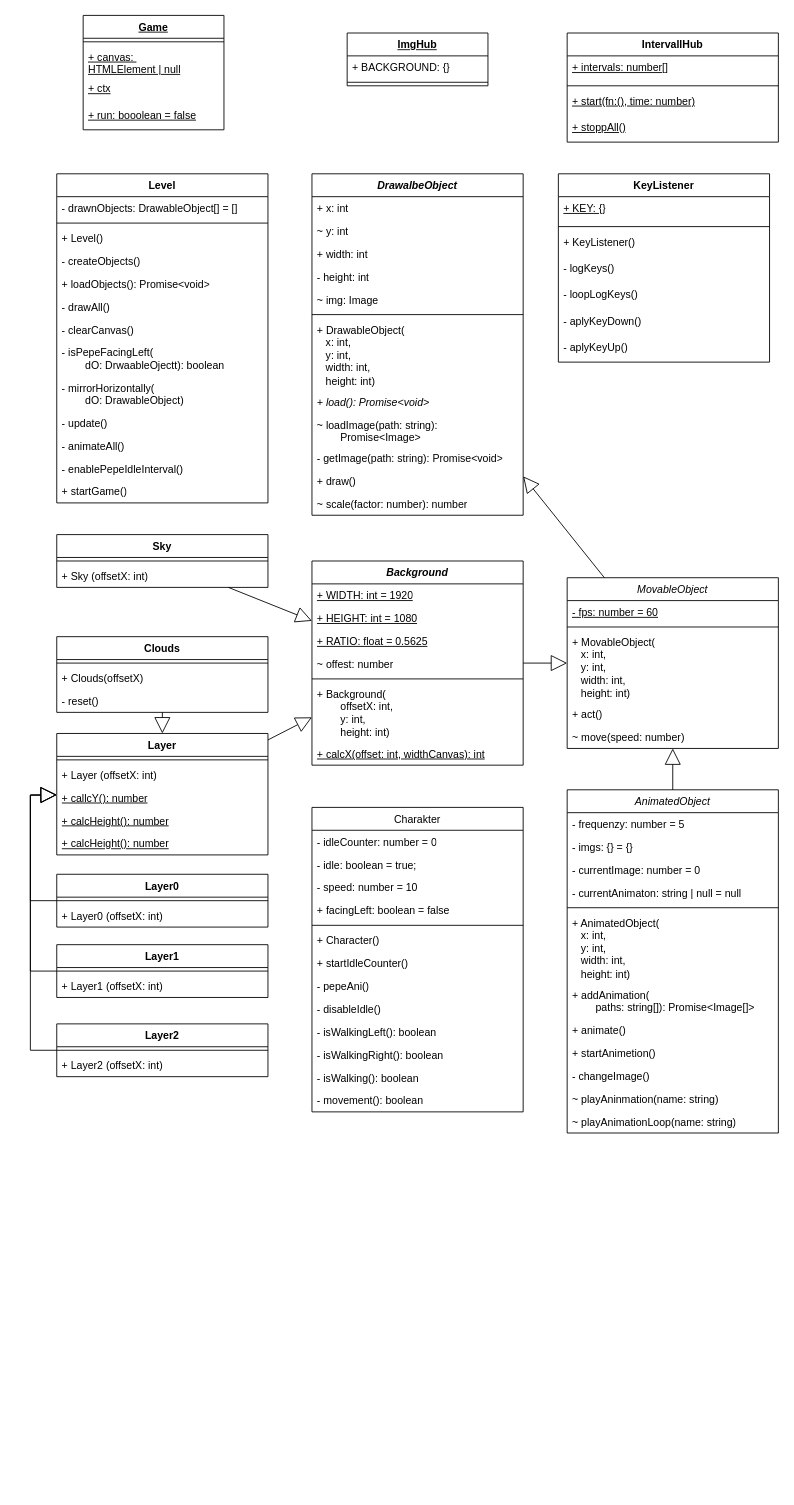
elma1989/el-pollo-loco keeps this draw.io diagram as docs/classes.drawio. Above is the earlier version. Source tidied: cells renumbered, new cells numbered last; positions are measured from the earlier drawing's top-left corner, leaving out a move shared by most shapes. Both pictures are drawn from the tidied source at 88%, with x=0, y=0 at pixel (30, 15).
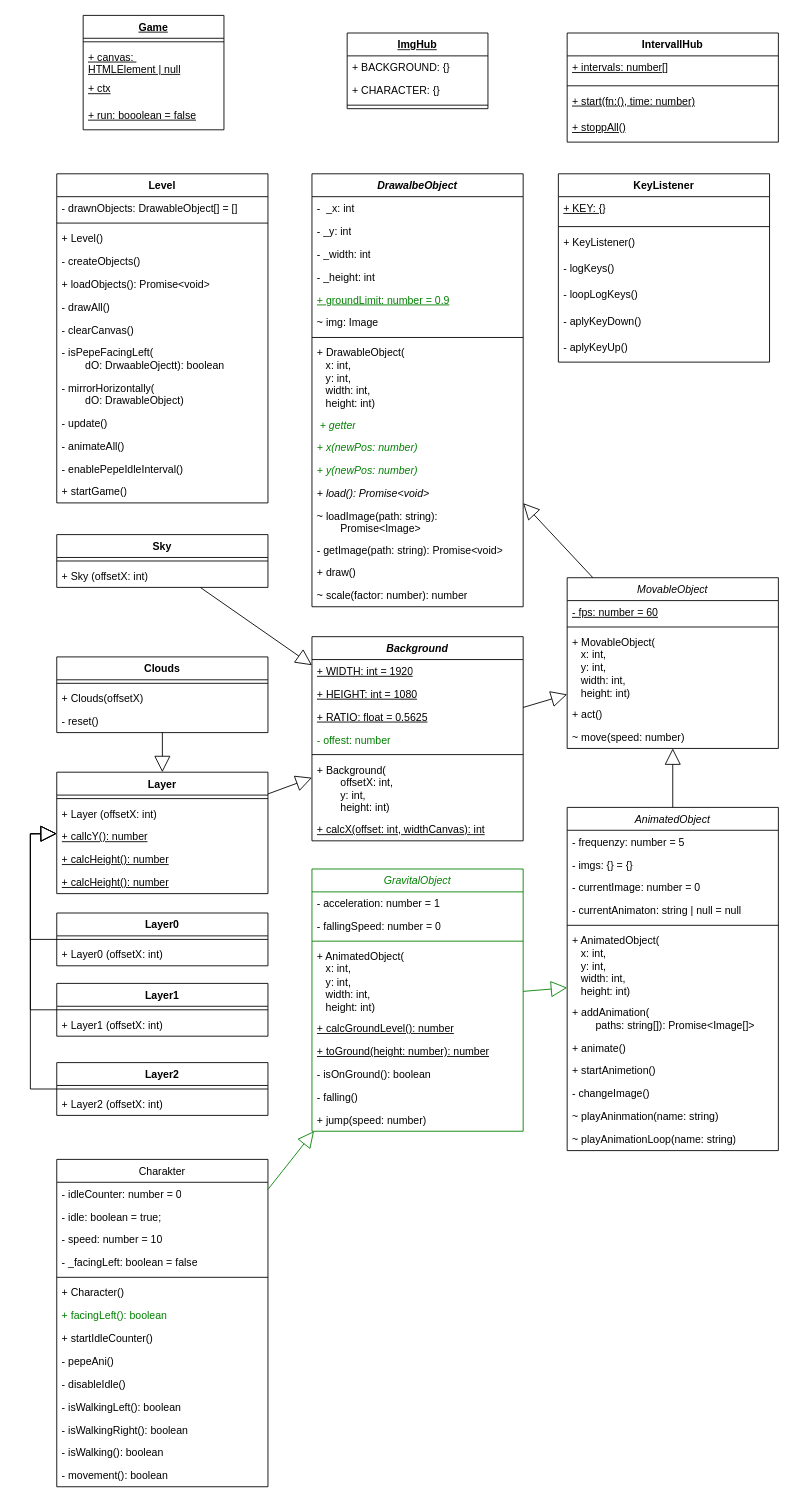
After the change.

Commit message (it also covers changes not shown here):
doc: Upated classes.drawio - Added gravitation (#42)

What changed in the source:
```diff
@@
     <mxCell id="7" value="ImgHub" style="swimlane;fontStyle=5;align=center;verticalAlign=top;horizontal=1;startSize=26;whiteSpace=wrap;html=1;" parent="1" vertex="1">
-      <mxGeometry x="360" y="20" width="160" height="60" as="geometry" />
+      <mxGeometry x="360" y="20" width="160" height="86" as="geometry" />
     </mxCell>
@@
+    <mxCell id="123" value="+ CHARACTER: {}" style="text;strokeColor=none;fillColor=none;align=left;verticalAlign=top;spacingLeft=4;spacingRight=4;overflow=hidden;whiteSpace=wrap;html=1;" parent="7" vertex="1">
+      <mxGeometry y="52" width="160" height="26" as="geometry" />
+    </mxCell>
     <mxCell id="9" style="line;strokeWidth=1;fillColor=none;align=left;verticalAlign=middle;spacingTop=-1;spacingLeft=3;spacingRight=3;labelPosition=right;strokeColor=inherit;" parent="7" vertex="1">
-      <mxGeometry y="52" width="160" height="8" as="geometry" />
+      <mxGeometry y="78" width="160" height="8" as="geometry" />
     </mxCell>
     <mxCell id="10" value="DrawalbeObject" style="swimlane;fontStyle=3;align=center;verticalAlign=top;horizontal=1;startSize=26;whiteSpace=wrap;html=1;" parent="1" vertex="1">
-      <mxGeometry x="320" y="180" width="240" height="388" as="geometry" />
+      <mxGeometry x="320" y="180" width="240" height="492" as="geometry" />
     </mxCell>
-    <mxCell id="11" value="+ x: int" style="text;strokeColor=none;fillColor=none;align=left;verticalAlign=top;spacingLeft=4;spacingRight=4;overflow=hidden;whiteSpace=wrap;html=1;" parent="10" vertex="1">
+    <mxCell id="11" value="-&amp;nbsp; _x: int" style="text;strokeColor=none;fillColor=none;align=left;verticalAlign=top;spacingLeft=4;spacingRight=4;overflow=hidden;whiteSpace=wrap;html=1;" parent="10" vertex="1">
       <mxGeometry y="26" width="240" height="26" as="geometry" />
     </mxCell>
-    <mxCell id="12" value="~ y: int" style="text;strokeColor=none;fillColor=none;align=left;verticalAlign=top;spacingLeft=4;spacingRight=4;overflow=hidden;whiteSpace=wrap;html=1;" parent="10" vertex="1">
+    <mxCell id="12" value="- _y: int" style="text;strokeColor=none;fillColor=none;align=left;verticalAlign=top;spacingLeft=4;spacingRight=4;overflow=hidden;whiteSpace=wrap;html=1;" parent="10" vertex="1">
       <mxGeometry y="52" width="240" height="26" as="geometry" />
     </mxCell>
-    <mxCell id="13" value="+ width: int" style="text;strokeColor=none;fillColor=none;align=left;verticalAlign=top;spacingLeft=4;spacingRight=4;overflow=hidden;whiteSpace=wrap;html=1;" parent="10" vertex="1">
+    <mxCell id="13" value="- _width: int" style="text;strokeColor=none;fillColor=none;align=left;verticalAlign=top;spacingLeft=4;spacingRight=4;overflow=hidden;whiteSpace=wrap;html=1;" parent="10" vertex="1">
       <mxGeometry y="78" width="240" height="26" as="geometry" />
     </mxCell>
-    <mxCell id="14" value="- height: int" style="text;strokeColor=none;fillColor=none;align=left;verticalAlign=top;spacingLeft=4;spacingRight=4;overflow=hidden;whiteSpace=wrap;html=1;" parent="10" vertex="1">
+    <mxCell id="14" value="- _height: int" style="text;strokeColor=none;fillColor=none;align=left;verticalAlign=top;spacingLeft=4;spacingRight=4;overflow=hidden;whiteSpace=wrap;html=1;" parent="10" vertex="1">
       <mxGeometry y="104" width="240" height="26" as="geometry" />
     </mxCell>
+    <mxCell id="124" value="+ groundLimit: number = 0.9" style="text;strokeColor=none;fillColor=none;align=left;verticalAlign=top;spacingLeft=4;spacingRight=4;overflow=hidden;whiteSpace=wrap;html=1;fontStyle=4;fontColor=light-dark(#008000,#80FF80);" parent="10" vertex="1">
+      <mxGeometry y="130" width="240" height="26" as="geometry" />
+    </mxCell>
     <mxCell id="15" value="~ img: Image" style="text;strokeColor=none;fillColor=none;align=left;verticalAlign=top;spacingLeft=4;spacingRight=4;overflow=hidden;whiteSpace=wrap;html=1;" parent="10" vertex="1">
-      <mxGeometry y="130" width="240" height="26" as="geometry" />
+      <mxGeometry y="156" width="240" height="26" as="geometry" />
     </mxCell>
     <mxCell id="16" style="line;strokeWidth=1;fillColor=none;align=left;verticalAlign=middle;spacingTop=-1;spacingLeft=3;spacingRight=3;labelPosition=right;strokeColor=inherit;" parent="10" vertex="1">
-      <mxGeometry y="156" width="240" height="8" as="geometry" />
+      <mxGeometry y="182" width="240" height="8" as="geometry" />
     </mxCell>
     <mxCell id="17" value="+ DrawableObject(&lt;div&gt;&amp;nbsp; &amp;nbsp;x: int,&lt;/div&gt;&lt;div&gt;&amp;nbsp; &amp;nbsp;y: int,&lt;/div&gt;&lt;div&gt;&amp;nbsp; &amp;nbsp;width: int,&lt;/div&gt;&lt;div&gt;&amp;nbsp; &amp;nbsp;height: int)&lt;/div&gt;" style="text;strokeColor=none;fillColor=none;align=left;verticalAlign=top;spacingLeft=4;spacingRight=4;overflow=hidden;whiteSpace=wrap;html=1;" parent="10" vertex="1">
-      <mxGeometry y="164" width="240" height="82" as="geometry" />
+      <mxGeometry y="190" width="240" height="82" as="geometry" />
     </mxCell>
+    <mxCell id="125" value="&amp;nbsp;+ getter" style="text;strokeColor=none;fillColor=none;align=left;verticalAlign=top;spacingLeft=4;spacingRight=4;overflow=hidden;whiteSpace=wrap;html=1;fontStyle=2;fontColor=light-dark(#008000,#80FF80);" parent="10" vertex="1">
+      <mxGeometry y="272" width="240" height="26" as="geometry" />
+    </mxCell>
+    <mxCell id="126" value="+ x(newPos: number)" style="text;strokeColor=none;fillColor=none;align=left;verticalAlign=top;spacingLeft=4;spacingRight=4;overflow=hidden;whiteSpace=wrap;html=1;fontStyle=2;fontColor=light-dark(#008000,#80FF80);" parent="10" vertex="1">
+      <mxGeometry y="298" width="240" height="26" as="geometry" />
+    </mxCell>
+    <mxCell id="127" value="+ y(newPos: number)" style="text;strokeColor=none;fillColor=none;align=left;verticalAlign=top;spacingLeft=4;spacingRight=4;overflow=hidden;whiteSpace=wrap;html=1;fontStyle=2;fontColor=light-dark(#008000,#80FF80);" parent="10" vertex="1">
+      <mxGeometry y="324" width="240" height="26" as="geometry" />
+    </mxCell>
     <mxCell id="18" value="+ load(): Promise&amp;lt;void&amp;gt;" style="text;strokeColor=none;fillColor=none;align=left;verticalAlign=top;spacingLeft=4;spacingRight=4;overflow=hidden;whiteSpace=wrap;html=1;fontStyle=2;" parent="10" vertex="1">
-      <mxGeometry y="246" width="240" height="26" as="geometry" />
+      <mxGeometry y="350" width="240" height="26" as="geometry" />
     </mxCell>
     <mxCell id="19" value="~ loadImage(path: string): &lt;span style=&quot;white-space: pre;&quot;&gt;&#9;&lt;/span&gt;Promise&amp;lt;Image&amp;gt;" style="text;strokeColor=none;fillColor=none;align=left;verticalAlign=top;spacingLeft=4;spacingRight=4;overflow=hidden;whiteSpace=wrap;html=1;fontStyle=0;" parent="10" vertex="1">
-      <mxGeometry y="272" width="240" height="38" as="geometry" />
+      <mxGeometry y="376" width="240" height="38" as="geometry" />
     </mxCell>
     <mxCell id="20" value="- getImage(path: string): Promise&amp;lt;void&amp;gt;" style="text;strokeColor=none;fillColor=none;align=left;verticalAlign=top;spacingLeft=4;spacingRight=4;overflow=hidden;whiteSpace=wrap;html=1;" parent="10" vertex="1">
-      <mxGeometry y="310" width="240" height="26" as="geometry" />
+      <mxGeometry y="414" width="240" height="26" as="geometry" />
     </mxCell>
     <mxCell id="21" value="+ draw()" style="text;strokeColor=none;fillColor=none;align=left;verticalAlign=top;spacingLeft=4;spacingRight=4;overflow=hidden;whiteSpace=wrap;html=1;" parent="10" vertex="1">
-      <mxGeometry y="336" width="240" height="26" as="geometry" />
+      <mxGeometry y="440" width="240" height="26" as="geometry" />
     </mxCell>
     <mxCell id="22" value="~ scale(factor: number): number" style="text;strokeColor=none;fillColor=none;align=left;verticalAlign=top;spacingLeft=4;spacingRight=4;overflow=hidden;whiteSpace=wrap;html=1;" parent="10" vertex="1">
-      <mxGeometry y="362" width="240" height="26" as="geometry" />
+      <mxGeometry y="466" width="240" height="26" as="geometry" />
     </mxCell>
     <mxCell id="23" value="Background" style="swimlane;fontStyle=3;align=center;verticalAlign=top;horizontal=1;startSize=26;whiteSpace=wrap;html=1;" parent="1" vertex="1">
-      <mxGeometry x="320" y="620" width="240" height="232" as="geometry" />
+      <mxGeometry x="320" y="706" width="240" height="232" as="geometry" />
     </mxCell>
@@
-    <mxCell id="27" value="~ offest: number" style="text;strokeColor=none;fillColor=none;align=left;verticalAlign=top;spacingLeft=4;spacingRight=4;overflow=hidden;whiteSpace=wrap;html=1;fontStyle=0;" parent="23" vertex="1">
+    <mxCell id="27" value="- offest: number" style="text;strokeColor=none;fillColor=none;align=left;verticalAlign=top;spacingLeft=4;spacingRight=4;overflow=hidden;whiteSpace=wrap;html=1;fontStyle=0;fontColor=light-dark(#008000,#80FF80);" parent="23" vertex="1">
       <mxGeometry y="104" width="240" height="26" as="geometry" />
     </mxCell>
@@
     <mxCell id="34" value="Layer" style="swimlane;fontStyle=1;align=center;verticalAlign=top;horizontal=1;startSize=26;whiteSpace=wrap;html=1;" parent="1" vertex="1">
-      <mxGeometry x="30" y="816" width="240" height="138" as="geometry" />
+      <mxGeometry x="30" y="860" width="240" height="138" as="geometry" />
     </mxCell>
@@
     <mxCell id="40" value="Layer0" style="swimlane;fontStyle=1;align=center;verticalAlign=top;horizontal=1;startSize=26;whiteSpace=wrap;html=1;" parent="1" vertex="1">
-      <mxGeometry x="30" y="976" width="240" height="60" as="geometry" />
+      <mxGeometry x="30" y="1020" width="240" height="60" as="geometry" />
     </mxCell>
@@
     <mxCell id="43" value="Layer1" style="swimlane;fontStyle=1;align=center;verticalAlign=top;horizontal=1;startSize=26;whiteSpace=wrap;html=1;" parent="1" vertex="1">
-      <mxGeometry x="30" y="1056" width="240" height="60" as="geometry" />
+      <mxGeometry x="30" y="1100" width="240" height="60" as="geometry" />
     </mxCell>
@@
     <mxCell id="46" value="Layer2" style="swimlane;fontStyle=1;align=center;verticalAlign=top;horizontal=1;startSize=26;whiteSpace=wrap;html=1;" parent="1" vertex="1">
-      <mxGeometry x="30" y="1146" width="240" height="60" as="geometry" />
+      <mxGeometry x="30" y="1190" width="240" height="60" as="geometry" />
     </mxCell>
@@
     <mxCell id="52" style="endArrow=block;endSize=16;endFill=0;html=1;rounded=0;exitX=0;exitY=0.5;exitDx=0;exitDy=0;" parent="1" edge="1" source="40" target="34">
       <mxGeometry relative="1" as="geometry">
         <Array as="points">
-          <mxPoint y="1006" />
-          <mxPoint y="886" />
+          <mxPoint y="1050" />
+          <mxPoint y="930" />
         </Array>
       </mxGeometry>
     </mxCell>
     <mxCell id="53" style="endArrow=block;endSize=16;endFill=0;html=1;rounded=0;exitX=0;exitY=0.5;exitDx=0;exitDy=0;" parent="1" edge="1" source="43" target="34">
       <mxGeometry relative="1" as="geometry">
         <Array as="points">
-          <mxPoint y="1086" />
-          <mxPoint y="886" />
+          <mxPoint y="1130" />
+          <mxPoint y="930" />
         </Array>
       </mxGeometry>
     </mxCell>
     <mxCell id="54" style="endArrow=block;endSize=16;endFill=0;html=1;rounded=0;exitX=0;exitY=0.5;exitDx=0;exitDy=0;" parent="1" edge="1" source="46" target="34">
       <mxGeometry relative="1" as="geometry">
         <Array as="points">
-          <mxPoint y="1176" />
-          <mxPoint y="886" />
+          <mxPoint y="1220" />
+          <mxPoint y="930" />
         </Array>
       </mxGeometry>
     </mxCell>
@@
     <mxCell id="80" value="Clouds" style="swimlane;align=center;verticalAlign=top;horizontal=1;startSize=26;whiteSpace=wrap;html=1;strokeColor=default;" parent="1" vertex="1">
-      <mxGeometry x="30" y="706" width="240" height="86" as="geometry" />
+      <mxGeometry x="30" y="729" width="240" height="86" as="geometry" />
     </mxCell>
@@
     <mxCell id="86" value="AnimatedObject" style="swimlane;align=center;verticalAlign=top;horizontal=1;startSize=26;whiteSpace=wrap;html=1;strokeColor=default;fontStyle=2;" parent="1" vertex="1">
-      <mxGeometry x="610" y="880" width="240" height="390" as="geometry" />
+      <mxGeometry x="610" y="900" width="240" height="390" as="geometry" />
     </mxCell>
@@
     <mxCell id="108" value="Charakter" style="swimlane;align=center;verticalAlign=top;horizontal=1;startSize=26;whiteSpace=wrap;html=1;strokeColor=default;fontStyle=0;" parent="1" vertex="1">
-      <mxGeometry x="320" y="900" width="240" height="346" as="geometry" />
+      <mxGeometry x="30" y="1300" width="240" height="372" as="geometry" />
     </mxCell>
@@
-    <mxCell id="112" value="+ facingLeft: boolean = false" style="text;strokeColor=none;fillColor=none;align=left;verticalAlign=top;spacingLeft=4;spacingRight=4;overflow=hidden;whiteSpace=wrap;html=1;fontStyle=0;" parent="108" vertex="1">
+    <mxCell id="112" value="- _facingLeft: boolean = false" style="text;strokeColor=none;fillColor=none;align=left;verticalAlign=top;spacingLeft=4;spacingRight=4;overflow=hidden;whiteSpace=wrap;html=1;fontStyle=0;" parent="108" vertex="1">
       <mxGeometry y="104" width="240" height="26" as="geometry" />
     </mxCell>
@@
+    <mxCell id="128" value="+ facingLeft(): boolean" style="text;strokeColor=none;fillColor=none;align=left;verticalAlign=top;spacingLeft=4;spacingRight=4;overflow=hidden;whiteSpace=wrap;html=1;fontStyle=0;fontColor=light-dark(#008000,#80FF80);" parent="108" vertex="1">
+      <mxGeometry y="164" width="240" height="26" as="geometry" />
+    </mxCell>
     <mxCell id="115" value="+ startIdleCounter()" style="text;strokeColor=none;fillColor=none;align=left;verticalAlign=top;spacingLeft=4;spacingRight=4;overflow=hidden;whiteSpace=wrap;html=1;fontStyle=0;" parent="108" vertex="1">
-      <mxGeometry y="164" width="240" height="26" as="geometry" />
+      <mxGeometry y="190" width="240" height="26" as="geometry" />
     </mxCell>
     <mxCell id="116" value="- pepeAni()" style="text;strokeColor=none;fillColor=none;align=left;verticalAlign=top;spacingLeft=4;spacingRight=4;overflow=hidden;whiteSpace=wrap;html=1;fontStyle=0;" parent="108" vertex="1">
-      <mxGeometry y="190" width="240" height="26" as="geometry" />
+      <mxGeometry y="216" width="240" height="26" as="geometry" />
     </mxCell>
     <mxCell id="117" value="- disableIdle()" style="text;strokeColor=none;fillColor=none;align=left;verticalAlign=top;spacingLeft=4;spacingRight=4;overflow=hidden;whiteSpace=wrap;html=1;fontStyle=0;" parent="108" vertex="1">
-      <mxGeometry y="216" width="240" height="26" as="geometry" />
+      <mxGeometry y="242" width="240" height="26" as="geometry" />
     </mxCell>
     <mxCell id="118" value="- isWalkingLeft(): boolean" style="text;strokeColor=none;fillColor=none;align=left;verticalAlign=top;spacingLeft=4;spacingRight=4;overflow=hidden;whiteSpace=wrap;html=1;fontStyle=0;" parent="108" vertex="1">
-      <mxGeometry y="242" width="240" height="26" as="geometry" />
+      <mxGeometry y="268" width="240" height="26" as="geometry" />
     </mxCell>
     <mxCell id="119" value="- isWalkingRight(): boolean" style="text;strokeColor=none;fillColor=none;align=left;verticalAlign=top;spacingLeft=4;spacingRight=4;overflow=hidden;whiteSpace=wrap;html=1;fontStyle=0;" parent="108" vertex="1">
-      <mxGeometry y="268" width="240" height="26" as="geometry" />
+      <mxGeometry y="294" width="240" height="26" as="geometry" />
     </mxCell>
     <mxCell id="120" value="- isWalking(): boolean" style="text;strokeColor=none;fillColor=none;align=left;verticalAlign=top;spacingLeft=4;spacingRight=4;overflow=hidden;whiteSpace=wrap;html=1;fontStyle=0;" parent="108" vertex="1">
-      <mxGeometry y="294" width="240" height="26" as="geometry" />
+      <mxGeometry y="320" width="240" height="26" as="geometry" />
     </mxCell>
     <mxCell id="121" value="- movement(): boolean" style="text;strokeColor=none;fillColor=none;align=left;verticalAlign=top;spacingLeft=4;spacingRight=4;overflow=hidden;whiteSpace=wrap;html=1;fontStyle=0;" parent="108" vertex="1">
-      <mxGeometry y="320" width="240" height="26" as="geometry" />
+      <mxGeometry y="346" width="240" height="26" as="geometry" />
     </mxCell>
@@
+    <mxCell id="129" value="GravitalObject" style="swimlane;align=center;verticalAlign=top;horizontal=1;startSize=26;whiteSpace=wrap;html=1;strokeColor=light-dark(#008000,#80FF80);fontStyle=2;fontColor=light-dark(#008000,#80FF80);" parent="1" vertex="1">
+      <mxGeometry x="320" y="970" width="240" height="298" as="geometry" />
+    </mxCell>
+    <mxCell id="130" value="- acceleration: number = 1" style="text;strokeColor=none;fillColor=none;align=left;verticalAlign=top;spacingLeft=4;spacingRight=4;overflow=hidden;whiteSpace=wrap;html=1;fontStyle=0;" parent="129" vertex="1">
+      <mxGeometry y="26" width="240" height="26" as="geometry" />
+    </mxCell>
+    <mxCell id="131" value="- fallingSpeed: number = 0" style="text;strokeColor=none;fillColor=none;align=left;verticalAlign=top;spacingLeft=4;spacingRight=4;overflow=hidden;whiteSpace=wrap;html=1;fontStyle=0;" parent="129" vertex="1">
+      <mxGeometry y="52" width="240" height="26" as="geometry" />
+    </mxCell>
+    <mxCell id="132" style="line;strokeWidth=1;fillColor=none;align=left;verticalAlign=middle;spacingTop=-1;spacingLeft=3;spacingRight=3;labelPosition=right;strokeColor=inherit;" parent="129" vertex="1">
+      <mxGeometry y="78" width="240" height="8" as="geometry" />
+    </mxCell>
+    <mxCell id="133" value="+ AnimatedObject(&lt;div&gt;&amp;nbsp; &amp;nbsp;x: int,&lt;/div&gt;&lt;div&gt;&amp;nbsp; &amp;nbsp;y: int,&lt;/div&gt;&lt;div&gt;&amp;nbsp; &amp;nbsp;width: int,&lt;/div&gt;&lt;div&gt;&amp;nbsp; &amp;nbsp;height: int)&lt;/div&gt;" style="text;strokeColor=none;fillColor=none;align=left;verticalAlign=top;spacingLeft=4;spacingRight=4;overflow=hidden;whiteSpace=wrap;html=1;" parent="129" vertex="1">
+      <mxGeometry y="86" width="240" height="82" as="geometry" />
+    </mxCell>
+    <mxCell id="134" value="+ calcGroundLevel(): number" style="text;strokeColor=none;fillColor=none;align=left;verticalAlign=top;spacingLeft=4;spacingRight=4;overflow=hidden;whiteSpace=wrap;html=1;fontStyle=4;" parent="129" vertex="1">
+      <mxGeometry y="168" width="240" height="26" as="geometry" />
+    </mxCell>
+    <mxCell id="135" value="+ toGround(height: number): number" style="text;strokeColor=none;fillColor=none;align=left;verticalAlign=top;spacingLeft=4;spacingRight=4;overflow=hidden;whiteSpace=wrap;html=1;fontStyle=4;" parent="129" vertex="1">
+      <mxGeometry y="194" width="240" height="26" as="geometry" />
+    </mxCell>
+    <mxCell id="136" value="- isOnGround(): boolean" style="text;strokeColor=none;fillColor=none;align=left;verticalAlign=top;spacingLeft=4;spacingRight=4;overflow=hidden;whiteSpace=wrap;html=1;fontStyle=0;" parent="129" vertex="1">
+      <mxGeometry y="220" width="240" height="26" as="geometry" />
+    </mxCell>
+    <mxCell id="137" value="- falling()" style="text;strokeColor=none;fillColor=none;align=left;verticalAlign=top;spacingLeft=4;spacingRight=4;overflow=hidden;whiteSpace=wrap;html=1;fontStyle=0;" parent="129" vertex="1">
+      <mxGeometry y="246" width="240" height="26" as="geometry" />
+    </mxCell>
+    <mxCell id="138" value="+ jump(speed: number)" style="text;strokeColor=none;fillColor=none;align=left;verticalAlign=top;spacingLeft=4;spacingRight=4;overflow=hidden;whiteSpace=wrap;html=1;fontStyle=0;" parent="129" vertex="1">
+      <mxGeometry y="272" width="240" height="26" as="geometry" />
+    </mxCell>
+    <mxCell id="139" style="endArrow=block;endSize=16;endFill=0;html=1;rounded=0;strokeColor=light-dark(#008000,#80FF80);" parent="1" edge="1" source="129" target="86">
+      <mxGeometry relative="1" as="geometry" />
+    </mxCell>
+    <mxCell id="140" style="endArrow=block;endSize=16;endFill=0;html=1;rounded=0;strokeColor=light-dark(#008000,#80FF80);" parent="1" edge="1" source="108" target="129">
+      <mxGeometry relative="1" as="geometry" />
+    </mxCell>
```
